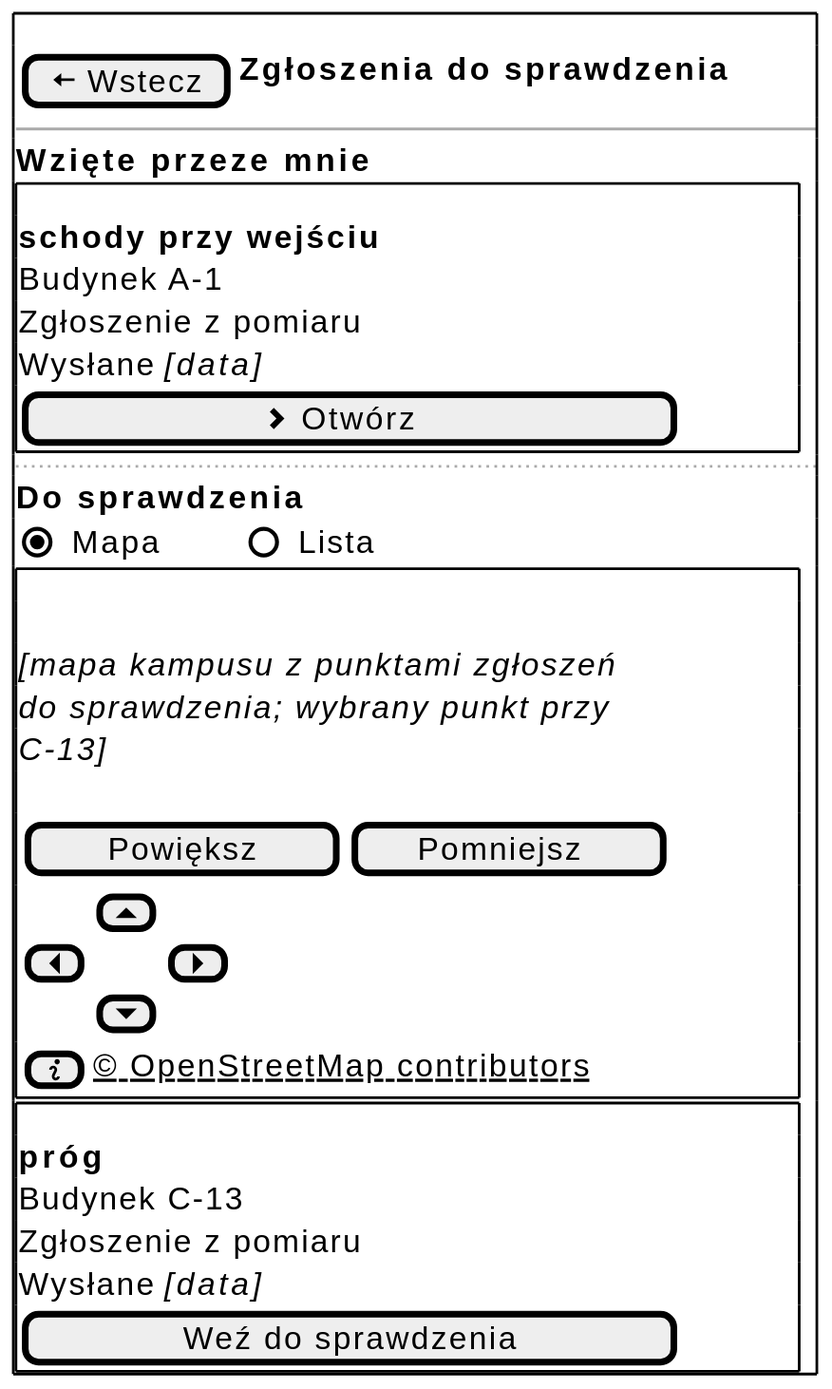
Earlier version of the PlantUML export docs/docs/_generated/m-r1-kolejka-weryfikacji-mapa.svg (dostepny-kampus/dostepny-kampus).
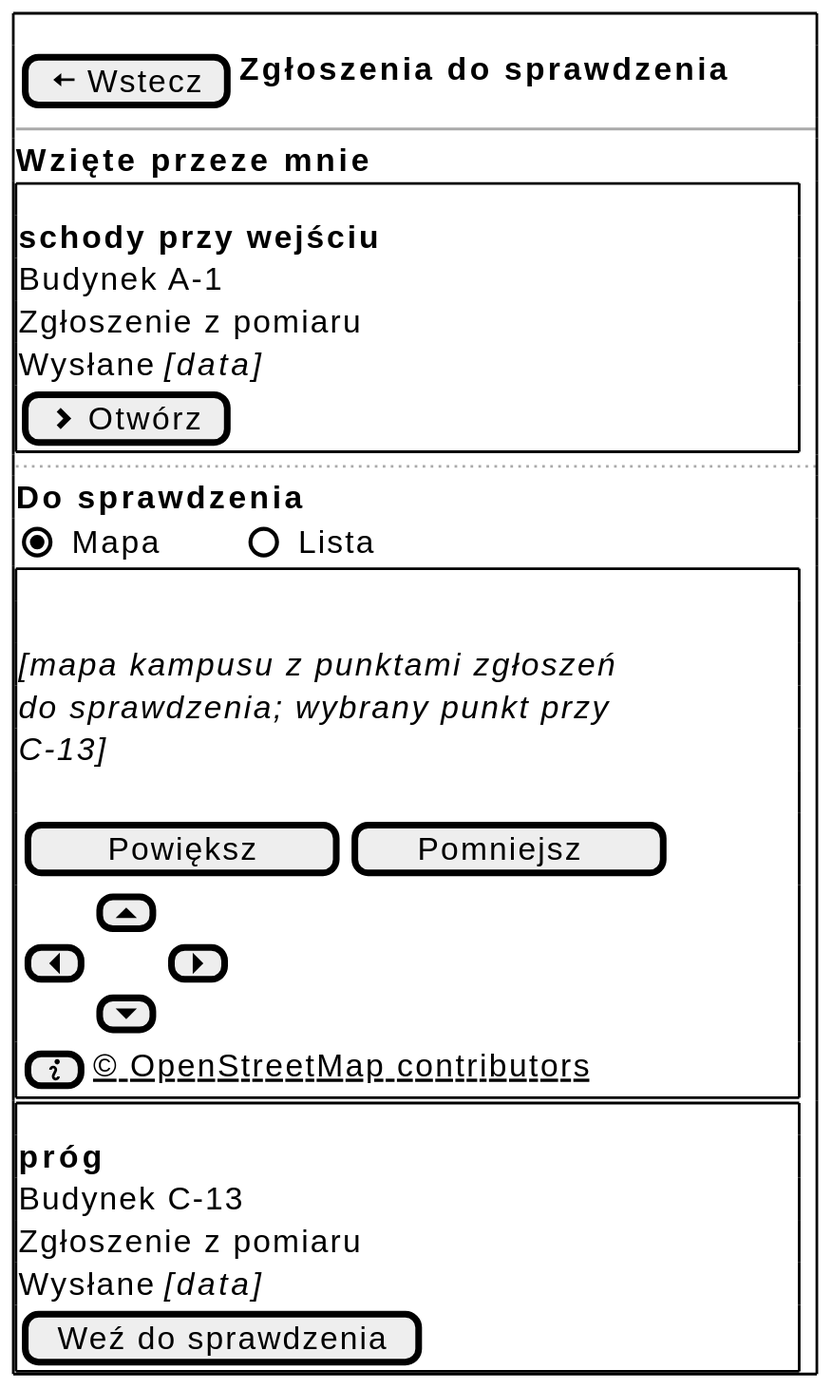
After the commit.

The edit, as a diff of the source:
```diff
@@ -11,18 +11,18 @@
 Budynek A-1
 Zgłoszenie z pomiaru
 Wysłane <i>[data]</i>
-$przycisk("Otwórz", "chevron-right")
+$czynnosc_karty("Otwórz", "chevron-right")
 }
 ..
 <b>Do sprawdzenia</b>
 $przelacznik("Mapa", "Lista", 1)
-$mapa("mapa kampusu z punktami zgłoszeń do sprawdzenia; wybrany punkt przy C-13", "", "info")
+$mapa("mapa kampusu z punktami zgłoszeń do sprawdzenia; wybrany punkt przy C-13", "", "info", "© OpenStreetMap contributors")
 $ramka()
 <b>próg</b>
 Budynek C-13
 Zgłoszenie z pomiaru
 Wysłane <i>[data]</i>
-$przycisk("Weź do sprawdzenia")
+$czynnosc_karty("Weź do sprawdzenia")
 }
 $ekran_koniec()
 @endsalt
```
